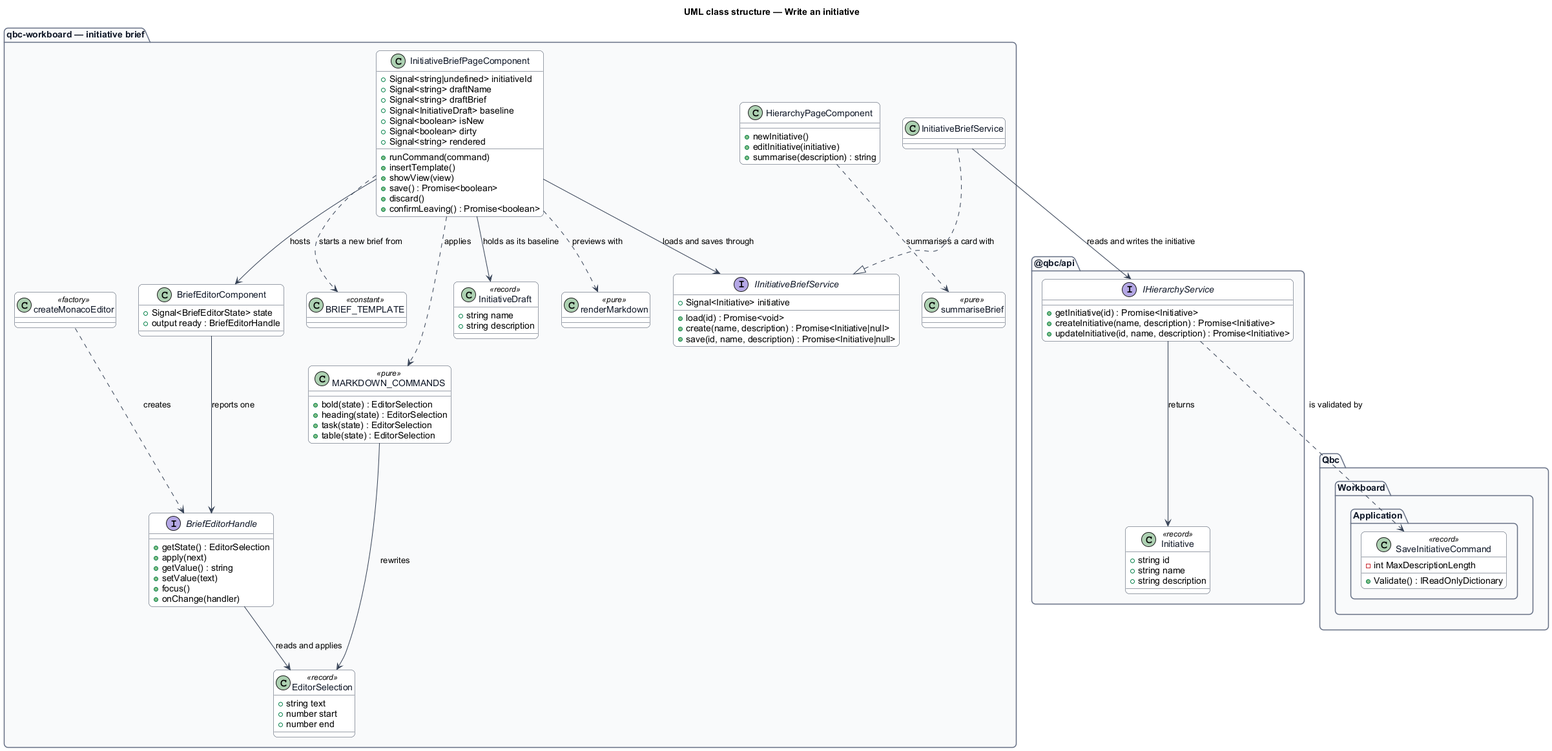
Before: docs/detailed-designs/work-items/edit-initiative-brief/diagrams/class-structure.png, a diagram exported from PlantUML (QuinntyneBrown/quinntyne-brown-consulting).
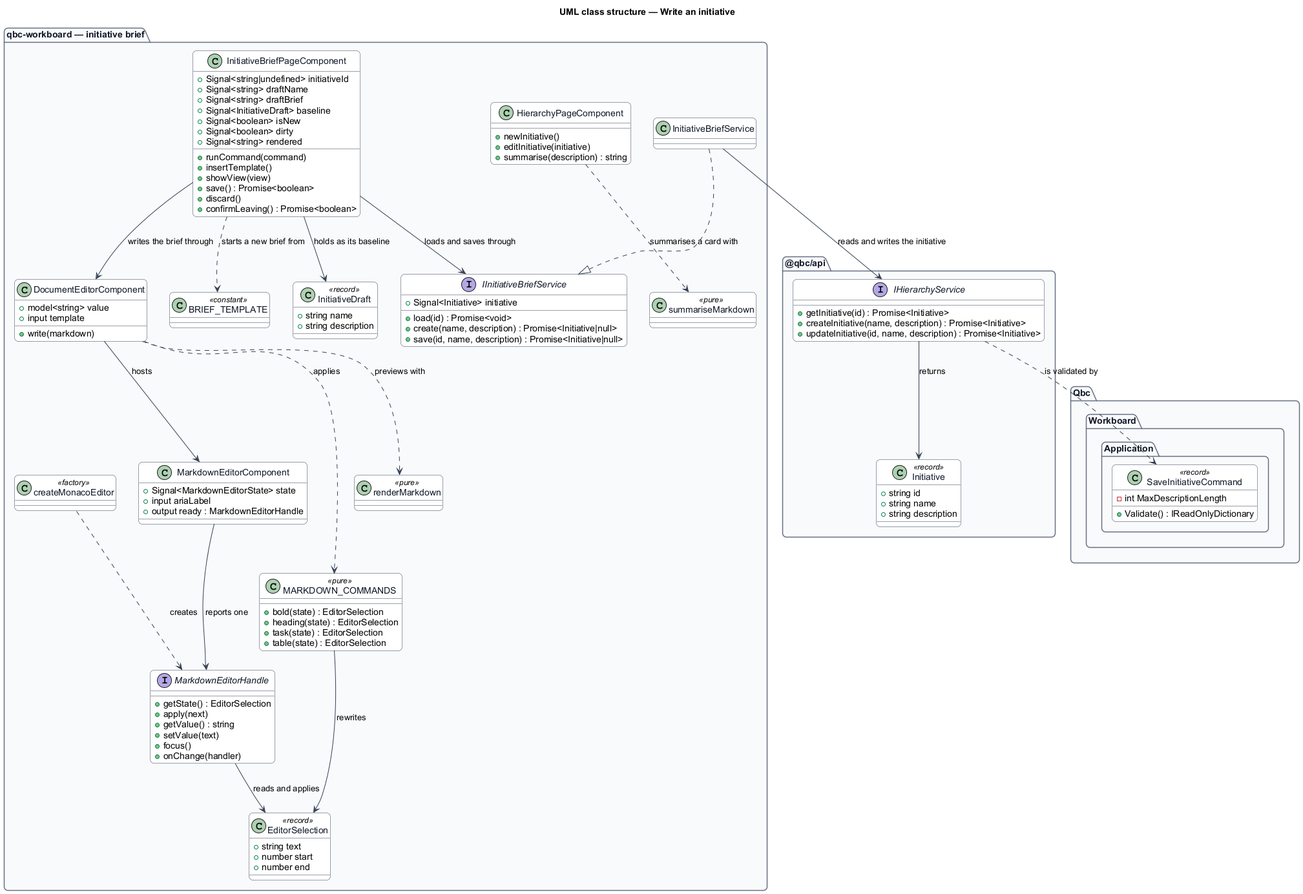
Above is the later version.

The edit, as a diff of the source:
```diff
@@ -48,12 +48,19 @@
 
   class InitiativeBriefService
 
-  class BriefEditorComponent {
-    +Signal<BriefEditorState> state
-    +output ready : BriefEditorHandle
+  class DocumentEditorComponent {
+    +model<string> value
+    +input template
+    +write(markdown)
   }
 
-  interface BriefEditorHandle {
+  class MarkdownEditorComponent {
+    +Signal<MarkdownEditorState> state
+    +input ariaLabel
+    +output ready : MarkdownEditorHandle
+  }
+
+  interface MarkdownEditorHandle {
     +getState() : EditorSelection
     +apply(next)
     +getValue() : string
@@ -72,7 +79,7 @@
   }
 
   class renderMarkdown <<pure>>
-  class summariseBrief <<pure>>
+  class summariseMarkdown <<pure>>
   class BRIEF_TEMPLATE <<constant>>
 
   class EditorSelection <<record>> {
@@ -111,15 +118,16 @@
 InitiativeBriefService ..|> IInitiativeBriefService
 InitiativeBriefService --> IHierarchyService : reads and writes the initiative
 IHierarchyService --> Initiative : returns
-InitiativeBriefPageComponent --> BriefEditorComponent : hosts
-BriefEditorComponent --> BriefEditorHandle : reports one
-createMonacoEditor ..> BriefEditorHandle : creates
-InitiativeBriefPageComponent ..> MARKDOWN_COMMANDS : applies
-InitiativeBriefPageComponent ..> renderMarkdown : previews with
+InitiativeBriefPageComponent --> DocumentEditorComponent : writes the brief through
+DocumentEditorComponent --> MarkdownEditorComponent : hosts
+MarkdownEditorComponent --> MarkdownEditorHandle : reports one
+createMonacoEditor ..> MarkdownEditorHandle : creates
+DocumentEditorComponent ..> MARKDOWN_COMMANDS : applies
+DocumentEditorComponent ..> renderMarkdown : previews with
 InitiativeBriefPageComponent ..> BRIEF_TEMPLATE : starts a new brief from
 InitiativeBriefPageComponent --> InitiativeDraft : holds as its baseline
-HierarchyPageComponent ..> summariseBrief : summarises a card with
+HierarchyPageComponent ..> summariseMarkdown : summarises a card with
 MARKDOWN_COMMANDS --> EditorSelection : rewrites
-BriefEditorHandle --> EditorSelection : reads and applies
+MarkdownEditorHandle --> EditorSelection : reads and applies
 IHierarchyService ..> SaveInitiativeCommand : is validated by
 @enduml
```
